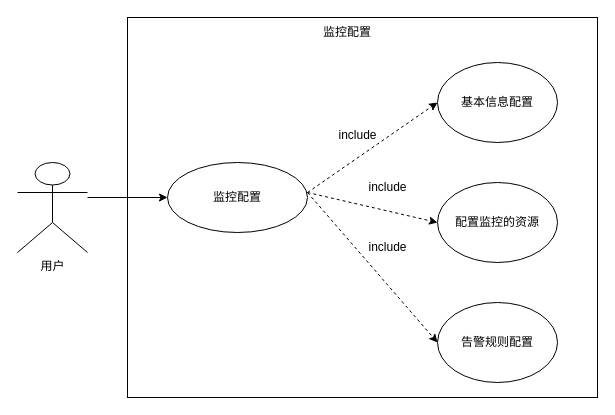
tiankuanyu/test keeps this draw.io diagram as 1.3.drawio. Above is the earlier version. Source tidied: cells renumbered, new cells numbered last; positions are measured from the earlier drawing's top-left corner, leaving out a move shared by most shapes. Both pictures are drawn from the tidied source at 100%, with x=0, y=0 at pixel (17, 17).
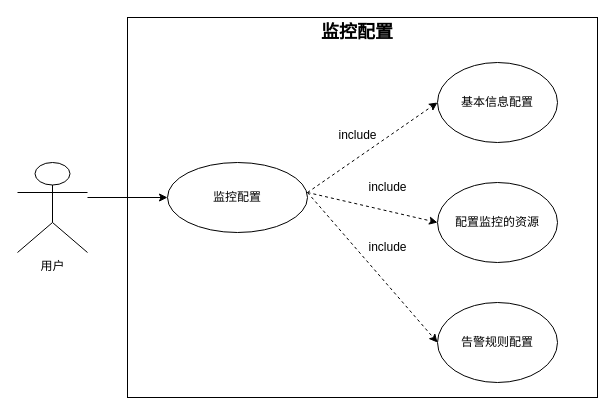
The same diagram, later.

The edit, as a diff of the source:
```diff
@@
 <mxGraphModel>
   <root>
     <mxCell id="0" />
     <mxCell id="1" parent="0" />
     <mxCell id="2" style="rounded=0;whiteSpace=wrap;html=1;" parent="1" vertex="1">
       <mxGeometry x="110" width="470" height="380" as="geometry" />
     </mxCell>
     <mxCell id="3" value="用户" style="shape=umlActor;verticalLabelPosition=bottom;verticalAlign=top;html=1;" parent="1" vertex="1">
       <mxGeometry y="145" width="70" height="90" as="geometry" />
     </mxCell>
     <mxCell id="4" value="监控配置" style="ellipse;whiteSpace=wrap;html=1;" parent="1" vertex="1">
       <mxGeometry x="150" y="145" width="140" height="70" as="geometry" />
     </mxCell>
     <mxCell id="5" style="endArrow=classic;html=1;rounded=0;entryX=0;entryY=0.5;entryDx=0;entryDy=0;" parent="1" edge="1" target="4">
       <mxGeometry relative="1" as="geometry">
         <mxPoint x="70" y="180" as="sourcePoint" />
       </mxGeometry>
     </mxCell>
     <mxCell id="6" value="基本信息配置" style="ellipse;whiteSpace=wrap;html=1;" parent="1" vertex="1">
       <mxGeometry x="420" y="45" width="120" height="80" as="geometry" />
     </mxCell>
     <mxCell id="7" value="配置监控的资源" style="ellipse;whiteSpace=wrap;html=1;" parent="1" vertex="1">
       <mxGeometry x="420" y="165" width="120" height="80" as="geometry" />
     </mxCell>
     <mxCell id="8" style="endArrow=classic;html=1;rounded=0;entryX=0;entryY=0.5;entryDx=0;entryDy=0;dashed=1;" parent="1" edge="1" target="6">
       <mxGeometry relative="1" as="geometry">
         <mxPoint x="290" y="175" as="sourcePoint" />
       </mxGeometry>
     </mxCell>
     <mxCell id="9" value="告警规则配置" style="ellipse;whiteSpace=wrap;html=1;" parent="1" vertex="1">
       <mxGeometry x="420" y="285" width="120" height="80" as="geometry" />
     </mxCell>
     <mxCell id="10" style="endArrow=classic;html=1;rounded=0;entryX=0;entryY=0.5;entryDx=0;entryDy=0;dashed=1;" parent="1" edge="1" target="7">
       <mxGeometry relative="1" as="geometry">
         <mxPoint x="290" y="175" as="sourcePoint" />
       </mxGeometry>
     </mxCell>
     <mxCell id="11" style="endArrow=classic;html=1;rounded=0;entryX=0;entryY=0.5;entryDx=0;entryDy=0;dashed=1;" parent="1" edge="1" target="9">
       <mxGeometry relative="1" as="geometry">
         <mxPoint x="290" y="175" as="sourcePoint" />
       </mxGeometry>
     </mxCell>
     <mxCell id="12" value="include" style="text;html=1;align=center;verticalAlign=middle;strokeColor=none;fillColor=none;" parent="1" vertex="1">
       <mxGeometry x="310" y="103" width="60" height="30" as="geometry" />
     </mxCell>
     <mxCell id="13" value="include" style="text;html=1;align=center;verticalAlign=middle;strokeColor=none;fillColor=none;" parent="1" vertex="1">
       <mxGeometry x="340" y="155" width="60" height="30" as="geometry" />
     </mxCell>
     <mxCell id="14" value="include" style="text;html=1;align=center;verticalAlign=middle;strokeColor=none;fillColor=none;" parent="1" vertex="1">
       <mxGeometry x="340" y="215" width="60" height="30" as="geometry" />
     </mxCell>
-    <mxCell id="15" value="监控配置" style="text;html=1;align=center;verticalAlign=middle;whiteSpace=wrap;rounded=0;" parent="1" vertex="1">
-      <mxGeometry x="300" width="60" height="30" as="geometry" />
+    <mxCell id="15" value="&lt;b&gt;&lt;font style=&quot;font-size: 18px;&quot;&gt;监控配置&lt;/font&gt;&lt;/b&gt;" style="text;html=1;align=center;verticalAlign=middle;whiteSpace=wrap;rounded=0;" parent="1" vertex="1">
+      <mxGeometry x="300" width="80" height="30" as="geometry" />
     </mxCell>
   </root>
 </mxGraphModel>
```
